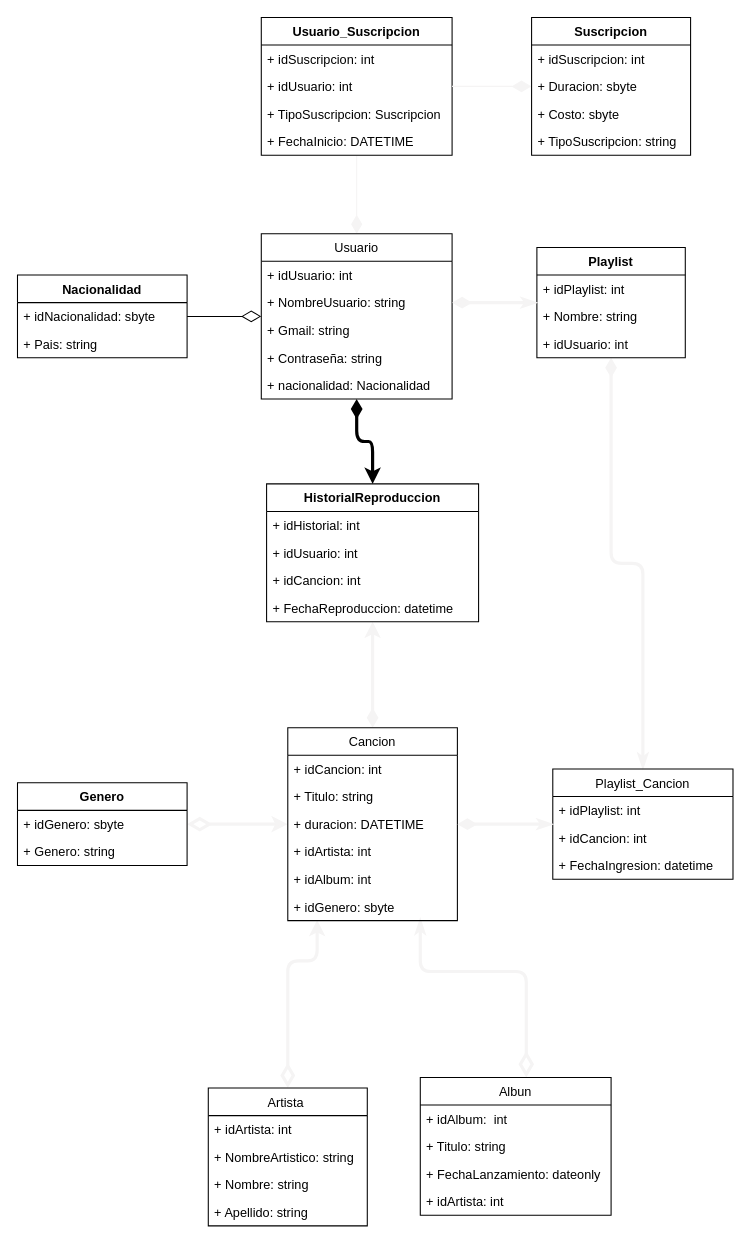
JosuGuzman/BD-Spotify keeps this draw.io diagram as doc/Diagrama.drawio. Above is the earlier version. Source tidied: cells renumbered, new cells numbered last; positions are measured from the earlier drawing's top-left corner, leaving out a move shared by most shapes. Both pictures are drawn from the tidied source at 106%, with x=0, y=0 at pixel (17, 17).
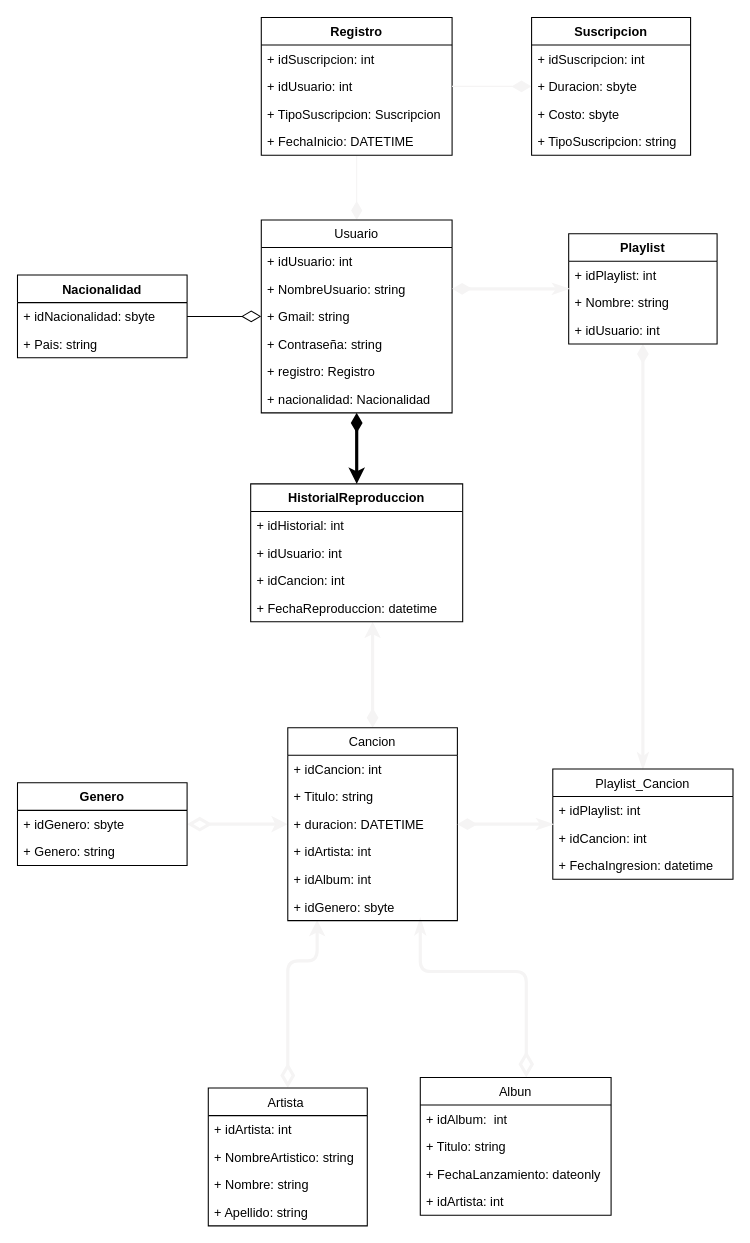
Above is the later version.

Diff of the diagram source:
```diff
@@
     <mxCell id="32" value="Usuario" style="swimlane;fontStyle=0;horizontal=1;startSize=26;fillColor=none;" parent="1" vertex="1">
-      <mxGeometry x="230" y="204" width="180" height="156" as="geometry" />
+      <mxGeometry x="230" y="191" width="180" height="182" as="geometry" />
     </mxCell>
@@
+    <mxCell id="65" value="+ registro: Registro" style="text;strokeColor=none;fillColor=none;align=left;verticalAlign=top;spacingLeft=4;spacingRight=4;overflow=hidden;" parent="32" vertex="1">
+      <mxGeometry y="130" width="180" height="26" as="geometry" />
+    </mxCell>
     <mxCell id="37" value="+ nacionalidad: Nacionalidad" style="text;strokeColor=none;fillColor=none;align=left;verticalAlign=top;spacingLeft=4;spacingRight=4;overflow=hidden;" parent="32" vertex="1">
-      <mxGeometry y="130" width="180" height="26" as="geometry" />
+      <mxGeometry y="156" width="180" height="26" as="geometry" />
     </mxCell>
@@
     <mxCell id="39" value="Playlist" style="swimlane;fontStyle=1;horizontal=1;startSize=26;fillColor=none;" parent="1" vertex="1">
-      <mxGeometry x="490" y="217" width="140" height="104" as="geometry" />
+      <mxGeometry x="520" y="204" width="140" height="104" as="geometry" />
     </mxCell>
@@
-    <mxCell id="47" value="Usuario_Suscripcion" style="swimlane;fontStyle=1;horizontal=1;startSize=26;fillColor=none;" parent="1" vertex="1">
+    <mxCell id="47" value="Registro" style="swimlane;fontStyle=1;horizontal=1;startSize=26;fillColor=none;" parent="1" vertex="1">
       <mxGeometry x="230" width="180" height="130" as="geometry" />
     </mxCell>
@@
     <mxCell id="58" value="HistorialReproduccion" style="swimlane;fontStyle=1;horizontal=1;startSize=26;" parent="1" vertex="1">
-      <mxGeometry x="235" y="440" width="200" height="130" as="geometry" />
+      <mxGeometry x="220" y="440" width="200" height="130" as="geometry" />
     </mxCell>
```
